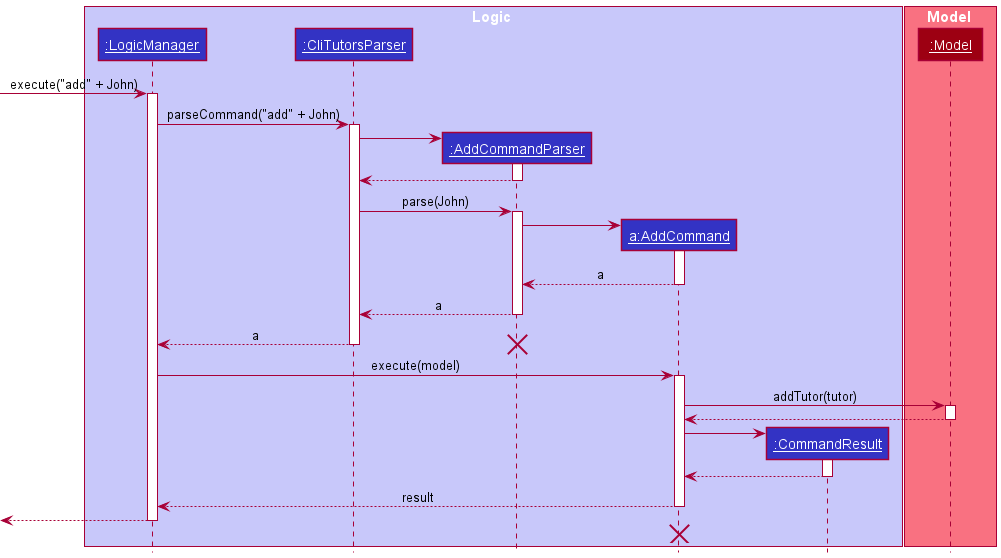
Before: docs/images/AddCommandSequenceDiagram.png, a diagram exported from PlantUML (tenebrius1/tp).
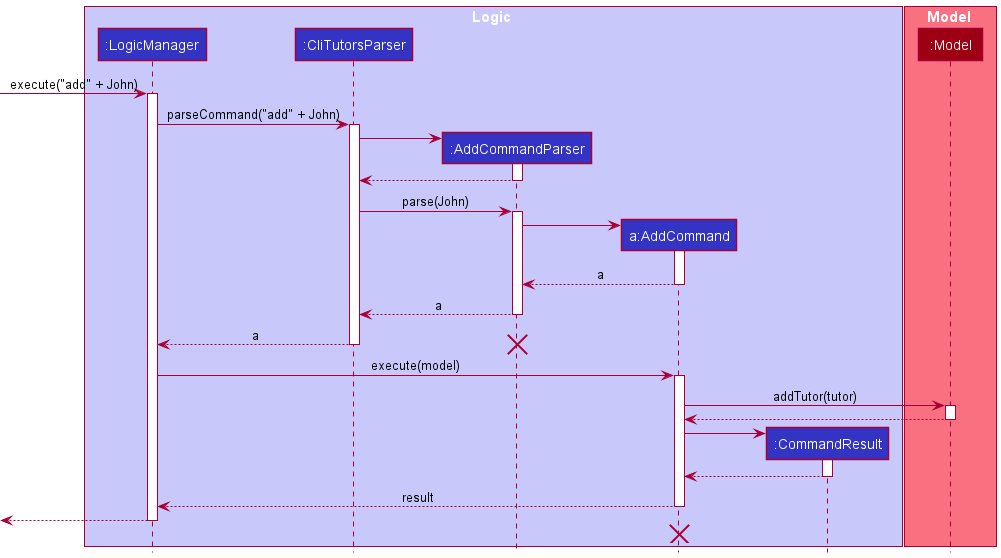
The same diagram one commit later.

Change to the diagram source:
```diff
@@ -2,15 +2,15 @@
 !include style.puml
 
 box Logic LOGIC_COLOR_T1
-participant "__:LogicManager__" as LogicManager LOGIC_COLOR
-participant "__:CliTutorsParser__" as CliTutorsParser LOGIC_COLOR
-participant "__:AddCommandParser__" as AddCommandParser LOGIC_COLOR
-participant "__a:AddCommand__" as AddCommand LOGIC_COLOR
-participant "__:CommandResult__" as CommandResult LOGIC_COLOR
+participant ":LogicManager" as LogicManager LOGIC_COLOR
+participant ":CliTutorsParser" as CliTutorsParser LOGIC_COLOR
+participant ":AddCommandParser" as AddCommandParser LOGIC_COLOR
+participant "a:AddCommand" as AddCommand LOGIC_COLOR
+participant ":CommandResult" as CommandResult LOGIC_COLOR
 end box
 
 box Model MODEL_COLOR_T1
-participant "__:Model__" as Model MODEL_COLOR
+participant ":Model" as Model MODEL_COLOR
 end box
 
 [-> LogicManager : execute("add" + John)
```
